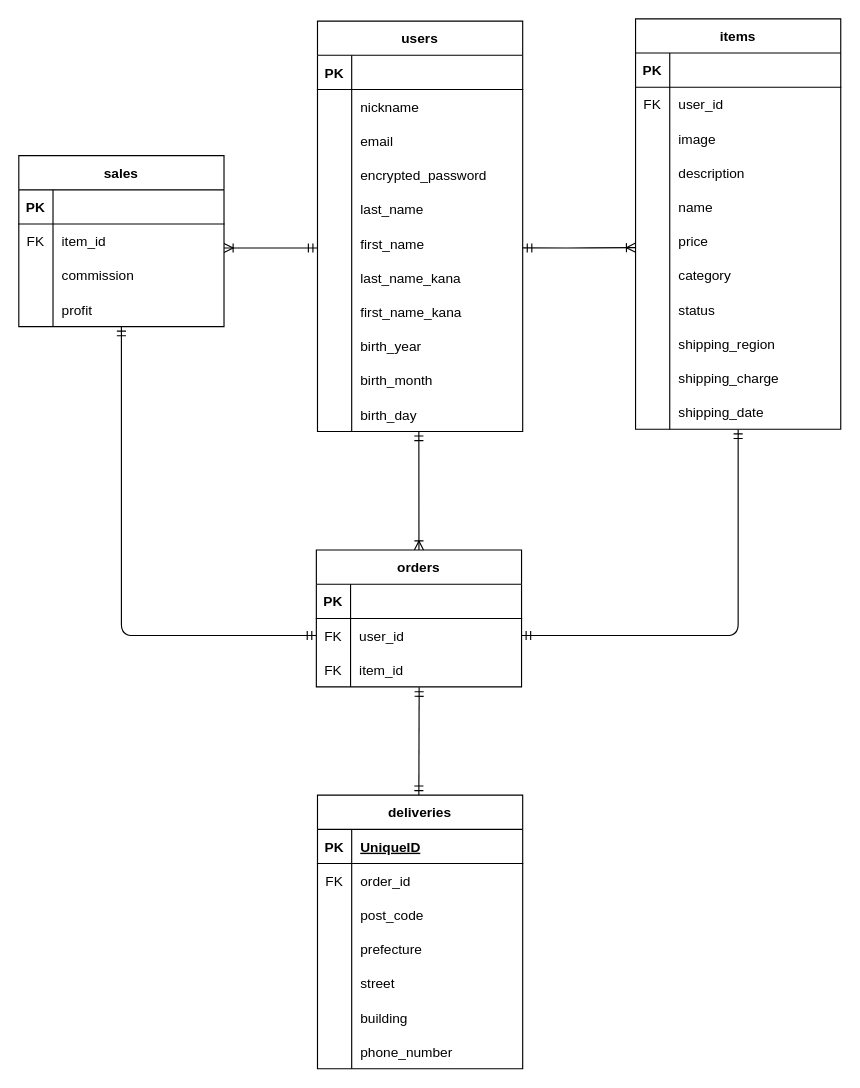
Earlier version of the draw.io diagram app/controllers/er.dio (yuto1017/furima-40428). Source tidied: cells renumbered, new cells numbered last; positions are measured from the earlier drawing's top-left corner, leaving out a move shared by most shapes. Both pictures are drawn from the tidied source at 114%, with x=0, y=0 at pixel (18, 18).
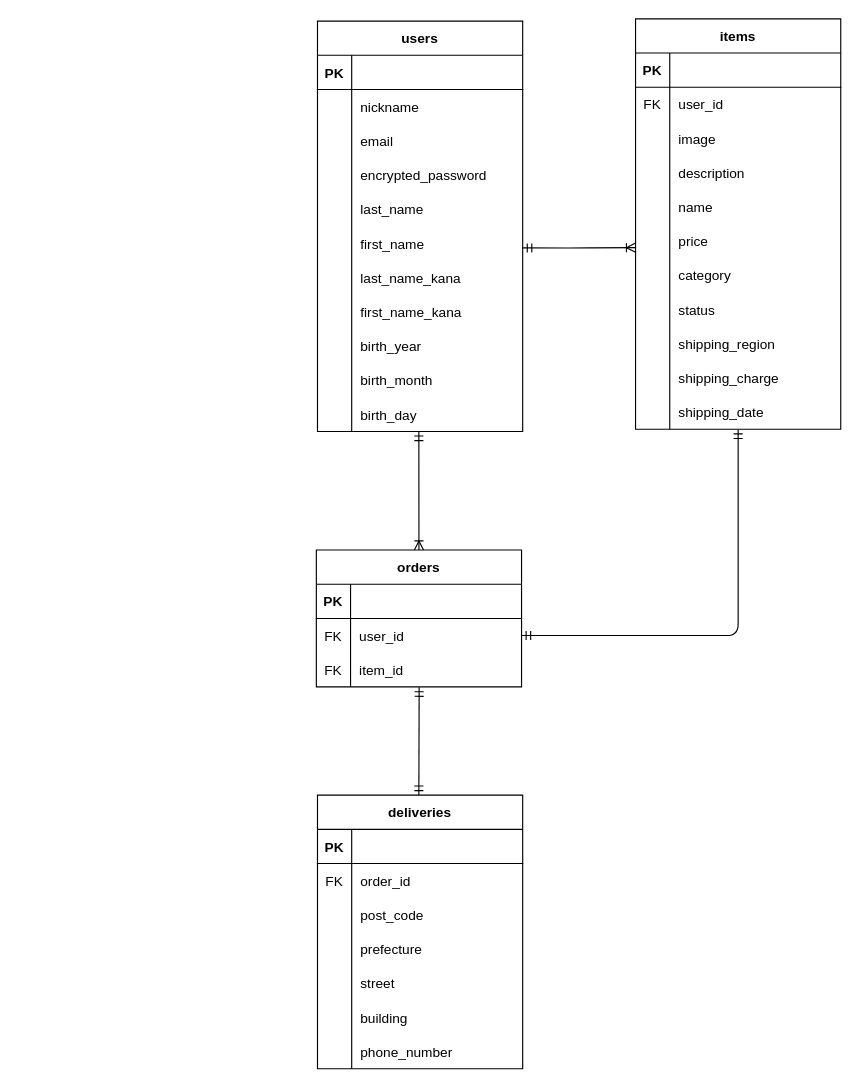
Above is the later version.

Commit message (it also covers changes not shown here):
ER図とDB設計の記述修正

The change refers to these unchanged cells:
```xml
<mxCell id="18" style="shape=tableRow;horizontal=0;startSize=0;swimlaneHead=0;swimlaneBody=0;fillColor=none;points=[[0,0.5],[1,0.5]];portConstraint=eastwest;top=0;left=0;right=0;bottom=0;" parent="2" vertex="1">
  <mxGeometry y="180" width="180" height="30" as="geometry" />
</mxCell>
<mxCell id="40" style="shape=tableRow;horizontal=0;startSize=0;swimlaneHead=0;swimlaneBody=0;fillColor=none;points=[[0,0.5],[1,0.5]];portConstraint=eastwest;top=0;left=0;right=0;bottom=0;" parent="36" vertex="1">
  <mxGeometry y="60" width="180" height="30" as="geometry" />
</mxCell>
<mxCell id="47" style="shape=tableRow;horizontal=0;startSize=0;swimlaneHead=0;swimlaneBody=0;fillColor=none;top=0;left=0;right=0;bottom=1;" parent="46" vertex="1">
  <mxGeometry y="30" width="180" height="30" as="geometry" />
</mxCell>
```

The edit, as a diff of the source:
```diff
@@
-    <mxCell id="49" value="UniqueID" style="shape=partialRectangle;fillColor=none;top=0;left=0;bottom=0;right=0;align=left;spacingLeft=6;fontStyle=5;overflow=hidden;" parent="47" vertex="1">
+    <mxCell id="49" style="shape=partialRectangle;fillColor=none;top=0;left=0;bottom=0;right=0;align=left;spacingLeft=6;fontStyle=5;overflow=hidden;" parent="47" vertex="1">
       <mxGeometry x="30" width="150" height="30" as="geometry" />
     </mxCell>
@@
-    <mxCell id="68" style="edgeStyle=none;html=1;exitX=0.5;exitY=1;exitDx=0;exitDy=0;entryX=0;entryY=0.5;entryDx=0;entryDy=0;startArrow=ERmandOne;startFill=0;endArrow=ERmandOne;endFill=0;" parent="1" edge="1" source="69" target="40">
-      <mxGeometry relative="1" as="geometry">
-        <Array as="points">
-          <mxPoint x="90" y="541" />
-        </Array>
-      </mxGeometry>
-    </mxCell>
-    <mxCell id="69" value="sales" style="shape=table;startSize=30;childLayout=tableLayout;rowLines=0;fontStyle=1;align=center;" parent="1" vertex="1">
-      <mxGeometry y="120" width="180" height="150" as="geometry" />
-    </mxCell>
-    <mxCell id="70" style="shape=tableRow;horizontal=0;startSize=0;swimlaneHead=0;swimlaneBody=0;fillColor=none;top=0;left=0;right=0;bottom=1;" parent="69" vertex="1">
-      <mxGeometry y="30" width="180" height="30" as="geometry" />
-    </mxCell>
-    <mxCell id="71" value="PK" style="shape=partialRectangle;fillColor=none;top=0;left=0;bottom=0;right=0;fontStyle=1;overflow=hidden;" parent="70" vertex="1">
-      <mxGeometry width="30" height="30" as="geometry" />
-    </mxCell>
-    <mxCell id="72" style="shape=partialRectangle;fillColor=none;top=0;left=0;bottom=0;right=0;align=left;spacingLeft=6;fontStyle=5;overflow=hidden;" parent="70" vertex="1">
-      <mxGeometry x="30" width="150" height="30" as="geometry" />
-    </mxCell>
-    <mxCell id="73" style="shape=tableRow;horizontal=0;startSize=0;swimlaneHead=0;swimlaneBody=0;fillColor=none;points=[[0,0.5],[1,0.5]];portConstraint=eastwest;top=0;left=0;right=0;bottom=0;" parent="69" vertex="1">
-      <mxGeometry y="60" width="180" height="30" as="geometry" />
-    </mxCell>
-    <mxCell id="74" value="FK" style="shape=partialRectangle;fillColor=none;top=0;left=0;bottom=0;right=0;fontStyle=0;overflow=hidden;" parent="73" vertex="1">
-      <mxGeometry width="30" height="30" as="geometry" />
-    </mxCell>
-    <mxCell id="75" value="item_id" style="shape=partialRectangle;fillColor=none;top=0;left=0;bottom=0;right=0;align=left;spacingLeft=6;fontStyle=0;overflow=hidden;" parent="73" vertex="1">
-      <mxGeometry x="30" width="150" height="30" as="geometry" />
-    </mxCell>
-    <mxCell id="76" style="shape=tableRow;horizontal=0;startSize=0;swimlaneHead=0;swimlaneBody=0;fillColor=none;top=0;left=0;right=0;bottom=0;" parent="69" vertex="1">
-      <mxGeometry y="90" width="180" height="30" as="geometry" />
-    </mxCell>
-    <mxCell id="77" style="shape=partialRectangle;fillColor=none;top=0;left=0;bottom=0;right=0;overflow=hidden;" parent="76" vertex="1">
-      <mxGeometry width="30" height="30" as="geometry" />
-    </mxCell>
-    <mxCell id="78" value="commission" style="shape=partialRectangle;fillColor=none;top=0;left=0;bottom=0;right=0;align=left;spacingLeft=6;overflow=hidden;" parent="76" vertex="1">
-      <mxGeometry x="30" width="150" height="30" as="geometry" />
-    </mxCell>
-    <mxCell id="79" style="shape=tableRow;horizontal=0;startSize=0;swimlaneHead=0;swimlaneBody=0;fillColor=none;top=0;left=0;right=0;bottom=0;" parent="69" vertex="1">
-      <mxGeometry y="120" width="180" height="30" as="geometry" />
-    </mxCell>
-    <mxCell id="80" style="shape=partialRectangle;fillColor=none;top=0;left=0;bottom=0;right=0;overflow=hidden;" parent="79" vertex="1">
-      <mxGeometry width="30" height="30" as="geometry" />
-    </mxCell>
-    <mxCell id="81" value="profit" style="shape=partialRectangle;fillColor=none;top=0;left=0;bottom=0;right=0;align=left;spacingLeft=6;overflow=hidden;" parent="79" vertex="1">
-      <mxGeometry x="30" width="150" height="30" as="geometry" />
-    </mxCell>
@@
-    <mxCell id="119" style="edgeStyle=none;html=1;exitX=1;exitY=0.703;exitDx=0;exitDy=0;startArrow=ERoneToMany;startFill=0;endArrow=ERmandOne;endFill=0;exitPerimeter=0;entryX=0;entryY=0.635;entryDx=0;entryDy=0;entryPerimeter=0;" parent="1" edge="1" source="73" target="18">
-      <mxGeometry relative="1" as="geometry" />
-    </mxCell>
```
